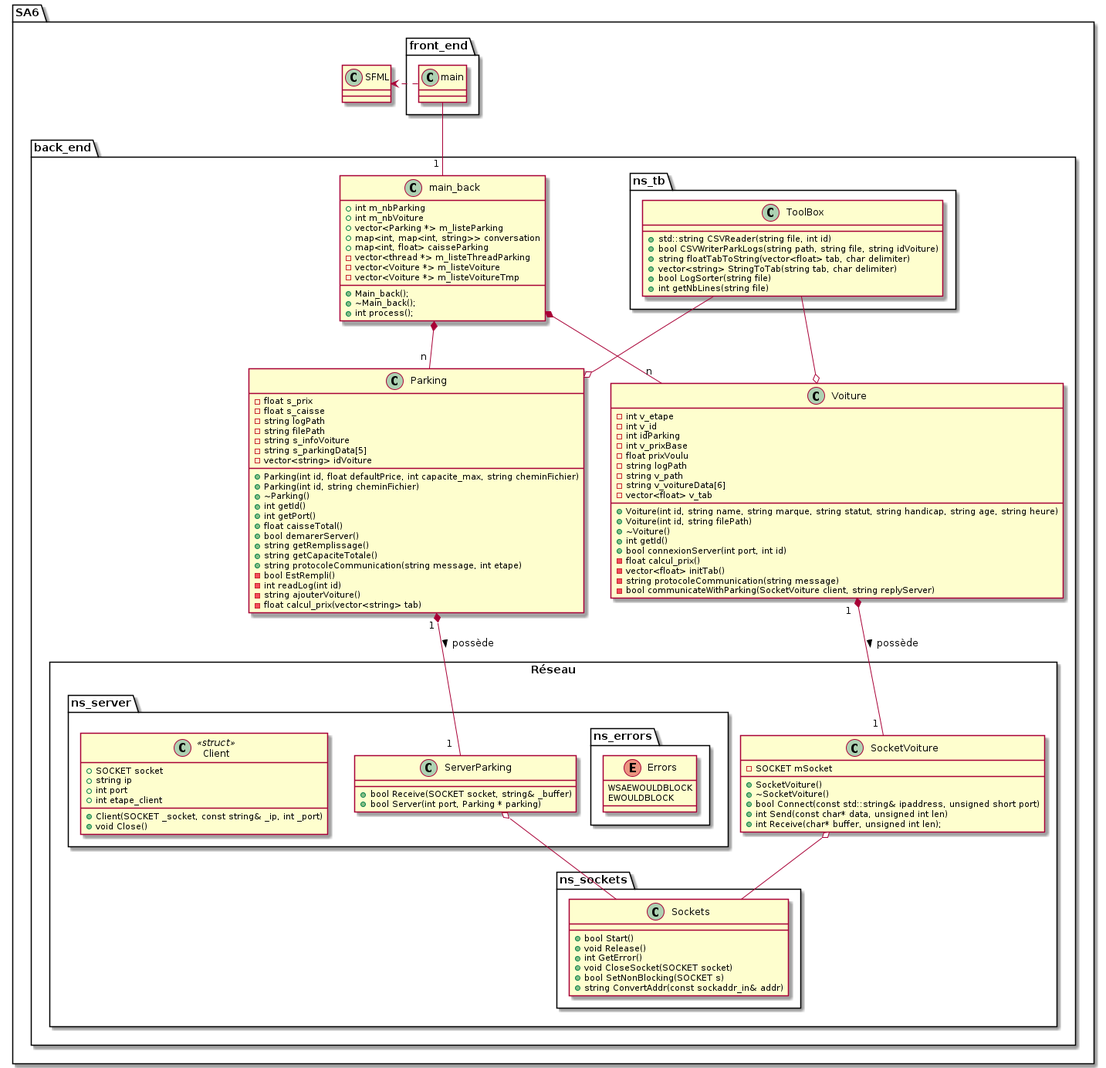
KevinFroissart/SA6_CarPark_AI keeps this PlantUML diagram as SA6/doc/SA6_uml.png. Above is the earlier version. The source it was exported from:
```plantuml
@startuml SA6_uml

package SA6 {

    package front_end {
        class main {}
    }

    class SFML {}

    package back_end {

        class main_back {
            + int m_nbParking
            + int m_nbVoiture
            + vector<Parking *> m_listeParking
            + map<int, map<int, string>> conversation
            + map<int, float> caisseParking
            - vector<thread *> m_listeThreadParking
            - vector<Voiture *> m_listeVoiture
            - vector<Voiture *> m_listeVoitureTmp

            + Main_back();
            + ~Main_back();
            + int process();
        }

        package ns_tb {
            class ToolBox {
                + std::string CSVReader(string file, int id)
                + bool CSVWriterParkLogs(string path, string file, string idVoiture)
                + string floatTabToString(vector<float> tab, char delimiter)
                + vector<string> StringToTab(string tab, char delimiter)
                + bool LogSorter(string file)
                + int getNbLines(string file)
            }
        }

        class Parking {
            - float s_prix
            - float s_caisse
            - string logPath
            - string filePath
            - string s_infoVoiture
            - string s_parkingData[5]
            - vector<string> idVoiture

            + Parking(int id, float defaultPrice, int capacite_max, string cheminFichier)
            + Parking(int id, string cheminFichier)
            + ~Parking()
            + int getId()
            + int getPort()
            + float caisseTotal()
            + bool demarerServer()
            + string getRemplissage()
            + string getCapaciteTotale()
            + string protocoleCommunication(string message, int etape)
            - bool EstRempli()
            - int readLog(int id)
            - string ajouterVoiture()
            - float calcul_prix(vector<string> tab)
        }

        Class Voiture {
            - int v_etape
            - int v_id
            - int idParking
            - int v_prixBase
            - float prixVoulu
            - string logPath
            - string v_path
            - string v_voitureData[6]
            - vector<float> v_tab

            + Voiture(int id, string name, string marque, string statut, string handicap, string age, string heure)
            + Voiture(int id, string filePath)
            + ~Voiture()
            + int getId()
            + bool connexionServer(int port, int id)
            - float calcul_prix()
            - vector<float> initTab()
            - string protocoleCommunication(string message)
            - bool communicateWithParking(SocketVoiture client, string replyServer)
        }

        package Réseau <<Rectangle>> {

            package ns_server {
                Class ServerParking {
                    + bool Receive(SOCKET socket, string& _buffer)
                    + bool Server(int port, Parking * parking)
                }

                package ns_errors {
                    enum Errors {
                        WSAEWOULDBLOCK
                        EWOULDBLOCK
                    }
                }

                Class Client << struct >> {
                    + SOCKET socket
                    + string ip
                    + int port
                    + int etape_client

                    + Client(SOCKET _socket, const string& _ip, int _port)
                    + void Close()
                }
            }

            Class SocketVoiture {
                - SOCKET mSocket

                + SocketVoiture()
                + ~SocketVoiture()
                + bool Connect(const std::string& ipaddress, unsigned short port)
                + int Send(const char* data, unsigned int len)
                + int Receive(char* buffer, unsigned int len);
            }

            package ns_sockets{

                Class Sockets {

                    + bool Start()
                    + void Release()
                    + int GetError()
                    + void CloseSocket(SOCKET socket)
                    + bool SetNonBlocking(SOCKET s)
                    + string ConvertAddr(const sockaddr_in& addr)
                }
            }
        }
    }
}

main .right.> SFML
main -down-  "1 " main_back

main_back *-- "n" Voiture
main_back *-- "n " Parking

ToolBox --o Voiture
ToolBox --o Parking

Parking "1 " *-- "1  " ServerParking : > possède
Voiture "1  " *-- "1 " SocketVoiture : possède >

SocketVoiture o-- Sockets
ServerParking o-- Sockets


@enduml
```
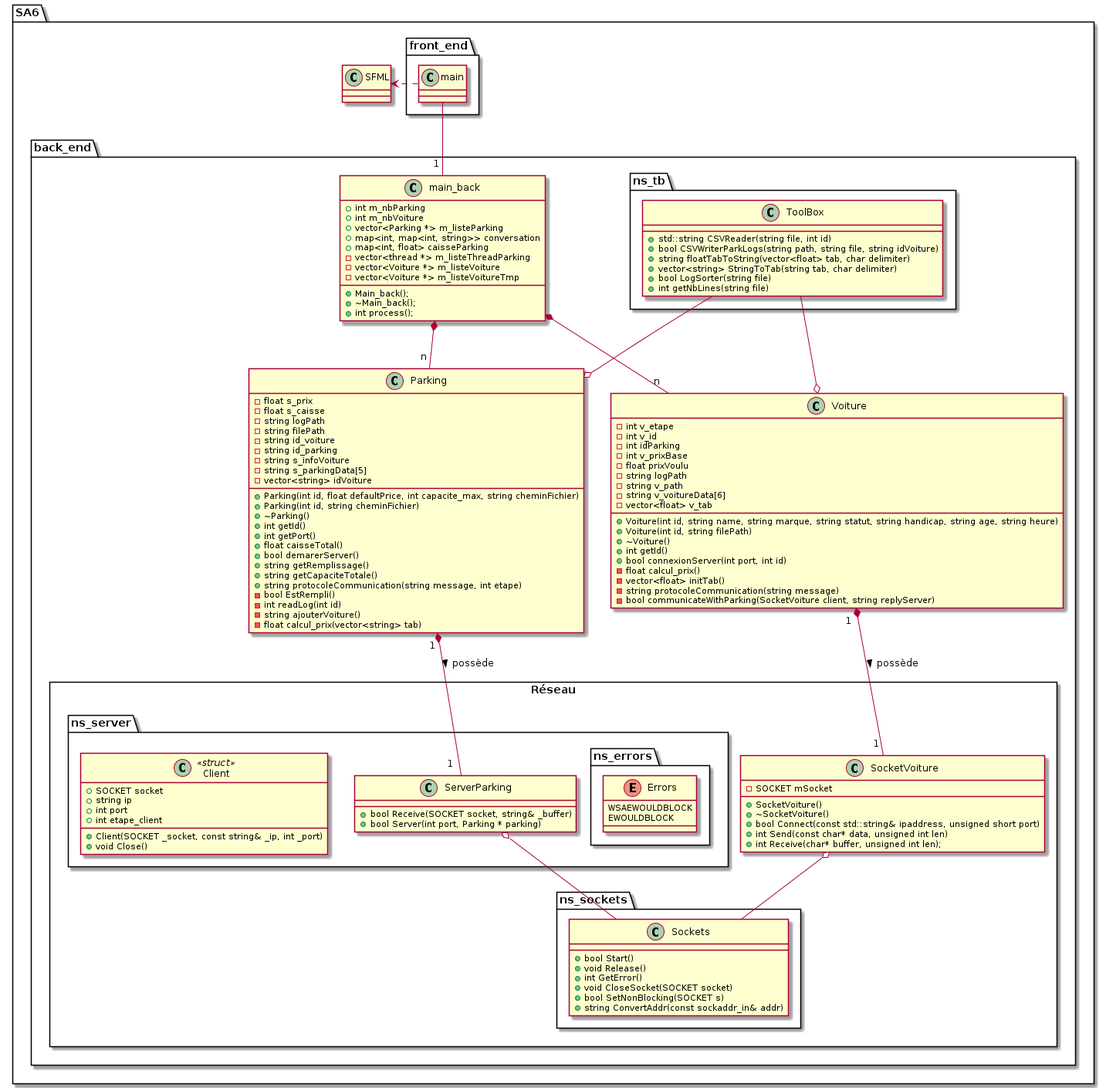
The same diagram one commit later.

Change to the diagram source:
```diff
@@ -41,6 +41,8 @@
             - float s_caisse
             - string logPath
             - string filePath
+            - string id_voiture
+            - string id_parking
             - string s_infoVoiture
             - string s_parkingData[5]
             - vector<string> idVoiture
```
